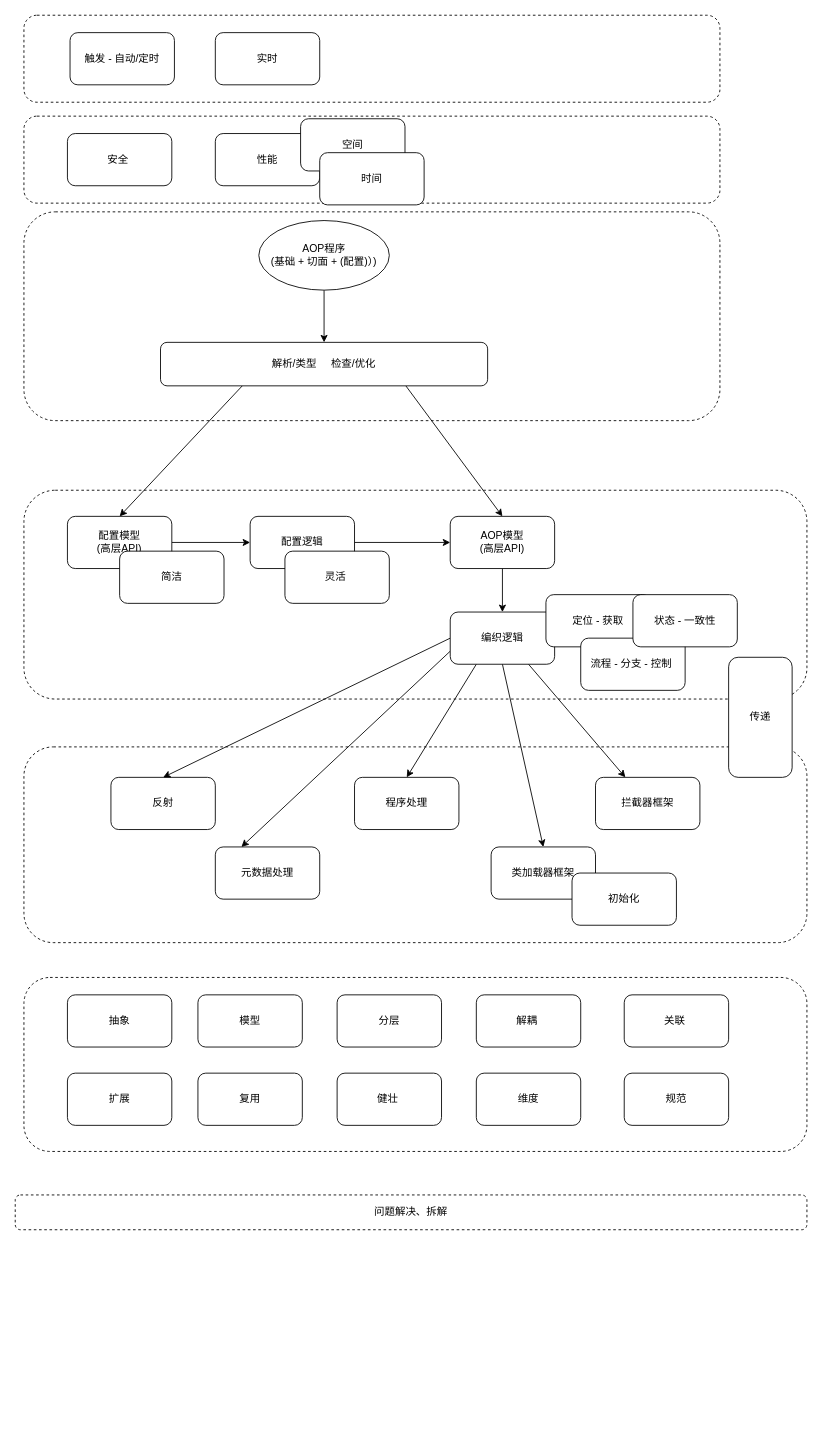
Before: menus/zujianmoxing.drawio in Asamiyaa/microservice-k8s-yun, a draw.io diagram. Source tidied: cells renumbered, new cells numbered last; positions are measured from the earlier drawing's top-left corner, leaving out a move shared by most shapes. Both pictures are drawn from the tidied source at 87%, with x=0, y=0 at pixel (15, 15).
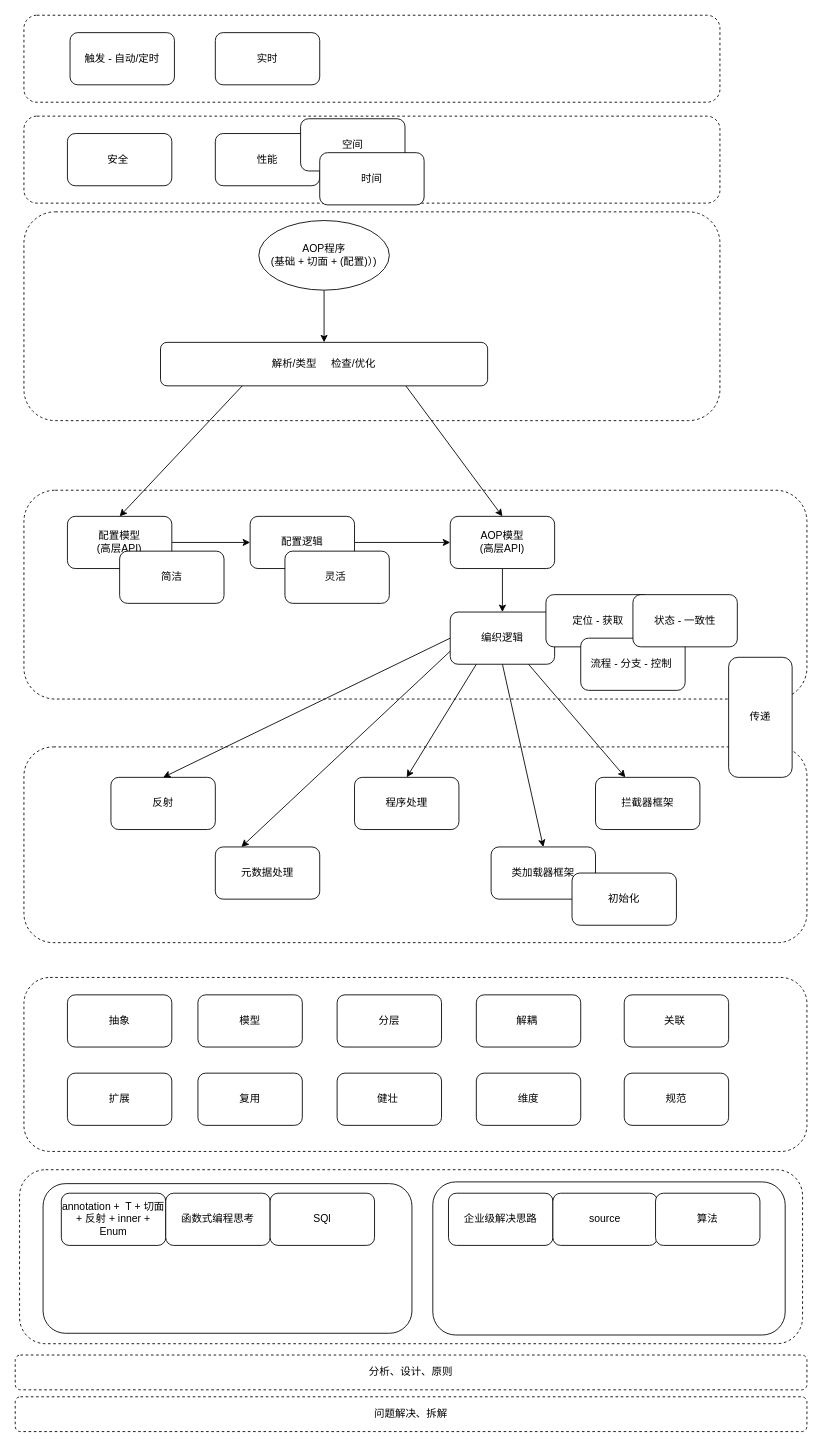
The same page after the edit.

What changed in the source:
```diff
@@
     <mxCell id="27" value="问题解决、拆解" style="rounded=1;whiteSpace=wrap;html=1;dashed=1;" parent="1" vertex="1">
-      <mxGeometry y="1356" width="910" height="40" as="geometry" />
+      <mxGeometry y="1588" width="910" height="40" as="geometry" />
     </mxCell>
@@
+    <mxCell id="54" style="rounded=1;whiteSpace=wrap;html=1;dashed=1;" parent="1" vertex="1">
+      <mxGeometry x="5" y="1327" width="900" height="200" as="geometry" />
+    </mxCell>
+    <mxCell id="55" style="rounded=1;whiteSpace=wrap;html=1;" parent="1" vertex="1">
+      <mxGeometry x="32" y="1343" width="424" height="172" as="geometry" />
+    </mxCell>
+    <mxCell id="56" style="rounded=1;whiteSpace=wrap;html=1;" parent="1" vertex="1">
+      <mxGeometry x="480" y="1341" width="405" height="176" as="geometry" />
+    </mxCell>
+    <mxCell id="57" value="分析、设计、原则" style="rounded=1;whiteSpace=wrap;html=1;dashed=1;" parent="1" vertex="1">
+      <mxGeometry y="1540" width="910" height="40" as="geometry" />
+    </mxCell>
+    <mxCell id="58" value="annotation +&amp;nbsp; T + 切面 + 反射 + inner + Enum" style="rounded=1;whiteSpace=wrap;html=1;" parent="1" vertex="1">
+      <mxGeometry x="53" y="1354" width="120" height="60" as="geometry" />
+    </mxCell>
+    <mxCell id="59" value="函数式编程思考" style="rounded=1;whiteSpace=wrap;html=1;" parent="1" vertex="1">
+      <mxGeometry x="173" y="1354" width="120" height="60" as="geometry" />
+    </mxCell>
+    <mxCell id="60" value="SQl" style="rounded=1;whiteSpace=wrap;html=1;" parent="1" vertex="1">
+      <mxGeometry x="293" y="1354" width="120" height="60" as="geometry" />
+    </mxCell>
+    <mxCell id="61" value="企业级解决思路" style="rounded=1;whiteSpace=wrap;html=1;" parent="1" vertex="1">
+      <mxGeometry x="498" y="1354" width="120" height="60" as="geometry" />
+    </mxCell>
+    <mxCell id="62" value="source" style="rounded=1;whiteSpace=wrap;html=1;" parent="1" vertex="1">
+      <mxGeometry x="618" y="1354" width="120" height="60" as="geometry" />
+    </mxCell>
+    <mxCell id="63" value="算法" style="rounded=1;whiteSpace=wrap;html=1;" parent="1" vertex="1">
+      <mxGeometry x="736" y="1354" width="120" height="60" as="geometry" />
+    </mxCell>
```
